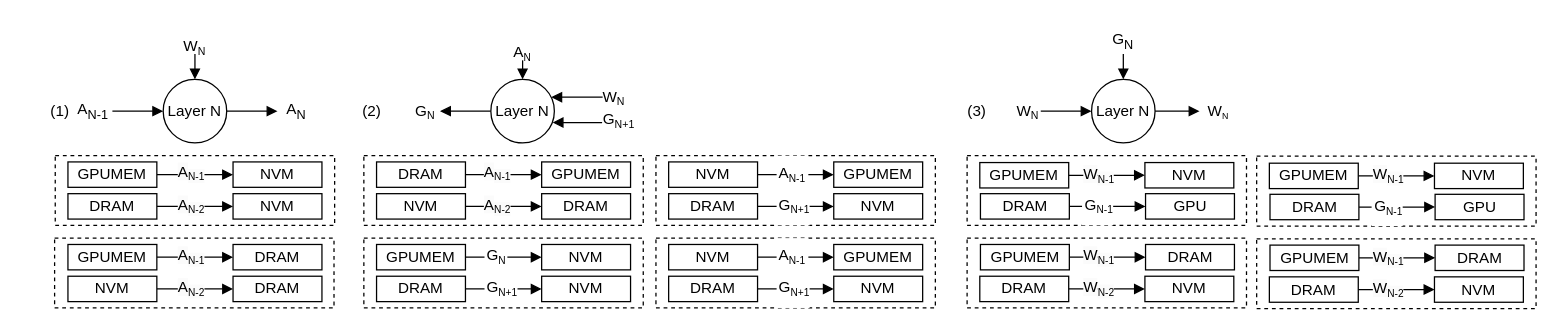
Earlier version of the draw.io diagram fig/pipeline.drawio (icszhr/NCheck). Source tidied: cells renumbered, new cells numbered last; positions are measured from the earlier drawing's top-left corner, leaving out a move shared by most shapes. Both pictures are drawn from the tidied source at 127%, with x=0, y=0 at pixel (22, 22).
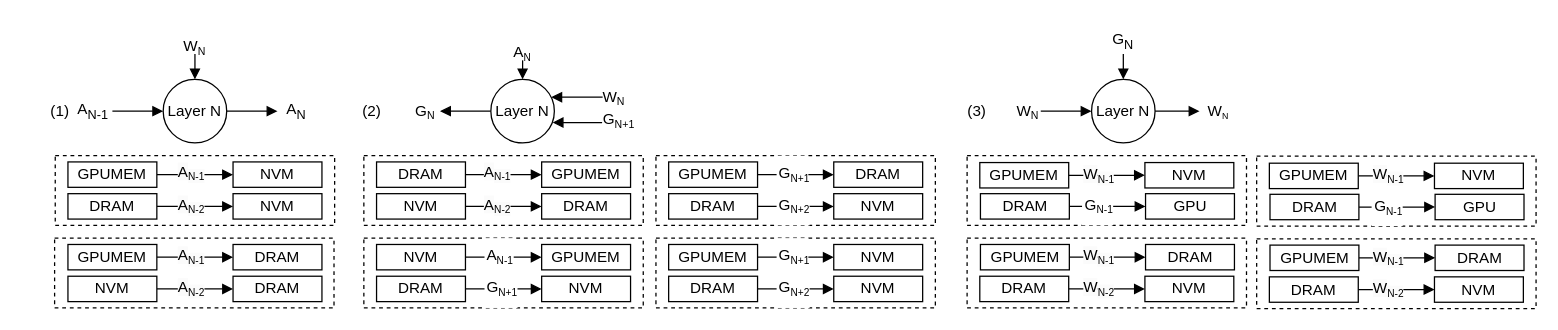
After the change.

The edit, as a diff of the source:
```diff
@@
+    <mxCell id="79" style="rounded=0;whiteSpace=wrap;html=1;fillColor=none;dashed=1;" parent="1" vertex="1">
+      <mxGeometry x="269" y="170" width="220" height="55" as="geometry" />
+    </mxCell>
@@
-    <mxCell id="45" value="GPUMEM" style="rounded=0;whiteSpace=wrap;html=1;" parent="1" vertex="1">
+    <mxCell id="45" value="NVM" style="rounded=0;whiteSpace=wrap;html=1;" parent="1" vertex="1">
       <mxGeometry x="279" y="175" width="70" height="20" as="geometry" />
     </mxCell>
-    <mxCell id="46" value="NVM" style="rounded=0;whiteSpace=wrap;html=1;" parent="1" vertex="1">
+    <mxCell id="46" value="GPUMEM" style="rounded=0;whiteSpace=wrap;html=1;" parent="1" vertex="1">
       <mxGeometry x="409" y="175" width="70" height="20" as="geometry" />
     </mxCell>
-    <mxCell id="47" value="&lt;div style=&quot;text-align: center;&quot;&gt;&lt;span style=&quot;background-color: initial;&quot;&gt;G&lt;sub&gt;&lt;font style=&quot;font-size: 8px;&quot;&gt;N&lt;/font&gt;&lt;/sub&gt;&lt;/span&gt;&lt;/div&gt;" style="text;whiteSpace=wrap;html=1;fillColor=default;" parent="1" vertex="1">
-      <mxGeometry x="364" y="170" width="18" height="30" as="geometry" />
+    <mxCell id="47" value="&lt;div style=&quot;text-align: center;&quot;&gt;A&lt;sub&gt;&lt;font style=&quot;font-size: 8px;&quot;&gt;N-1&lt;/font&gt;&lt;/sub&gt;&lt;br&gt;&lt;/div&gt;" style="text;whiteSpace=wrap;html=1;fillColor=default;" parent="1" vertex="1">
+      <mxGeometry x="364" y="170" width="23" height="30" as="geometry" />
     </mxCell>
@@
-    <mxCell id="79" style="rounded=0;whiteSpace=wrap;html=1;fillColor=none;dashed=1;" parent="1" vertex="1">
-      <mxGeometry x="269" y="170" width="220" height="55" as="geometry" />
-    </mxCell>
@@
-    <mxCell id="82" value="NVM" style="rounded=0;whiteSpace=wrap;html=1;" parent="1" vertex="1">
+    <mxCell id="82" value="GPUMEM" style="rounded=0;whiteSpace=wrap;html=1;" parent="1" vertex="1">
       <mxGeometry x="509" y="110" width="70" height="20" as="geometry" />
     </mxCell>
-    <mxCell id="83" value="GPUMEM" style="rounded=0;whiteSpace=wrap;html=1;" parent="1" vertex="1">
+    <mxCell id="83" value="DRAM" style="rounded=0;whiteSpace=wrap;html=1;" parent="1" vertex="1">
       <mxGeometry x="639" y="110" width="70" height="20" as="geometry" />
     </mxCell>
-    <mxCell id="84" value="&lt;div style=&quot;text-align: center;&quot;&gt;A&lt;sub&gt;&lt;font style=&quot;font-size: 8px;&quot;&gt;N-1&lt;/font&gt;&lt;/sub&gt;&lt;br&gt;&lt;/div&gt;" style="text;whiteSpace=wrap;html=1;fillColor=default;" parent="1" vertex="1">
+    <mxCell id="84" value="&lt;div style=&quot;text-align: center;&quot;&gt;G&lt;sub&gt;&lt;font style=&quot;font-size: 8px;&quot;&gt;N+1&lt;/font&gt;&lt;/sub&gt;&lt;br&gt;&lt;/div&gt;" style="text;whiteSpace=wrap;html=1;fillColor=default;" parent="1" vertex="1">
       <mxGeometry x="594" y="105" width="25" height="30" as="geometry" />
     </mxCell>
@@
-    <mxCell id="87" value="&lt;div style=&quot;text-align: center;&quot;&gt;&lt;span style=&quot;background-color: initial;&quot;&gt;G&lt;sub&gt;&lt;font style=&quot;font-size: 8px;&quot;&gt;N+1&lt;/font&gt;&lt;/sub&gt;&lt;/span&gt;&lt;/div&gt;" style="text;whiteSpace=wrap;html=1;fillColor=default;" parent="1" vertex="1">
+    <mxCell id="87" value="&lt;div style=&quot;text-align: center;&quot;&gt;&lt;span style=&quot;background-color: initial;&quot;&gt;G&lt;sub&gt;&lt;font style=&quot;font-size: 8px;&quot;&gt;N+2&lt;/font&gt;&lt;/sub&gt;&lt;/span&gt;&lt;/div&gt;" style="text;whiteSpace=wrap;html=1;fillColor=default;" parent="1" vertex="1">
       <mxGeometry x="594" y="130" width="26" height="30" as="geometry" />
     </mxCell>
@@
-    <mxCell id="95" value="NVM" style="rounded=0;whiteSpace=wrap;html=1;" parent="1" vertex="1">
+    <mxCell id="95" value="GPUMEM" style="rounded=0;whiteSpace=wrap;html=1;" parent="1" vertex="1">
       <mxGeometry x="509" y="175" width="70" height="20" as="geometry" />
     </mxCell>
-    <mxCell id="96" value="GPUMEM" style="rounded=0;whiteSpace=wrap;html=1;" parent="1" vertex="1">
+    <mxCell id="96" value="NVM" style="rounded=0;whiteSpace=wrap;html=1;" parent="1" vertex="1">
       <mxGeometry x="639" y="175" width="70" height="20" as="geometry" />
     </mxCell>
-    <mxCell id="97" value="&lt;div style=&quot;text-align: center;&quot;&gt;A&lt;sub&gt;&lt;font style=&quot;font-size: 8px;&quot;&gt;N-1&lt;/font&gt;&lt;/sub&gt;&lt;br&gt;&lt;/div&gt;" style="text;whiteSpace=wrap;html=1;fillColor=default;" parent="1" vertex="1">
+    <mxCell id="97" value="&lt;div style=&quot;text-align: center;&quot;&gt;G&lt;sub&gt;&lt;font style=&quot;font-size: 8px;&quot;&gt;N+1&lt;/font&gt;&lt;/sub&gt;&lt;br&gt;&lt;/div&gt;" style="text;whiteSpace=wrap;html=1;fillColor=default;" parent="1" vertex="1">
       <mxGeometry x="594" y="170" width="25" height="30" as="geometry" />
     </mxCell>
@@
-    <mxCell id="100" value="&lt;div style=&quot;text-align: center;&quot;&gt;&lt;span style=&quot;background-color: initial;&quot;&gt;G&lt;sub&gt;&lt;font style=&quot;font-size: 8px;&quot;&gt;N+1&lt;/font&gt;&lt;/sub&gt;&lt;/span&gt;&lt;/div&gt;" style="text;whiteSpace=wrap;html=1;fillColor=default;" parent="1" vertex="1">
+    <mxCell id="100" value="&lt;div style=&quot;text-align: center;&quot;&gt;&lt;span style=&quot;background-color: initial;&quot;&gt;G&lt;sub&gt;&lt;font style=&quot;font-size: 8px;&quot;&gt;N+2&lt;/font&gt;&lt;/sub&gt;&lt;/span&gt;&lt;/div&gt;" style="text;whiteSpace=wrap;html=1;fillColor=default;" parent="1" vertex="1">
       <mxGeometry x="594" y="195" width="26" height="30" as="geometry" />
     </mxCell>
```
